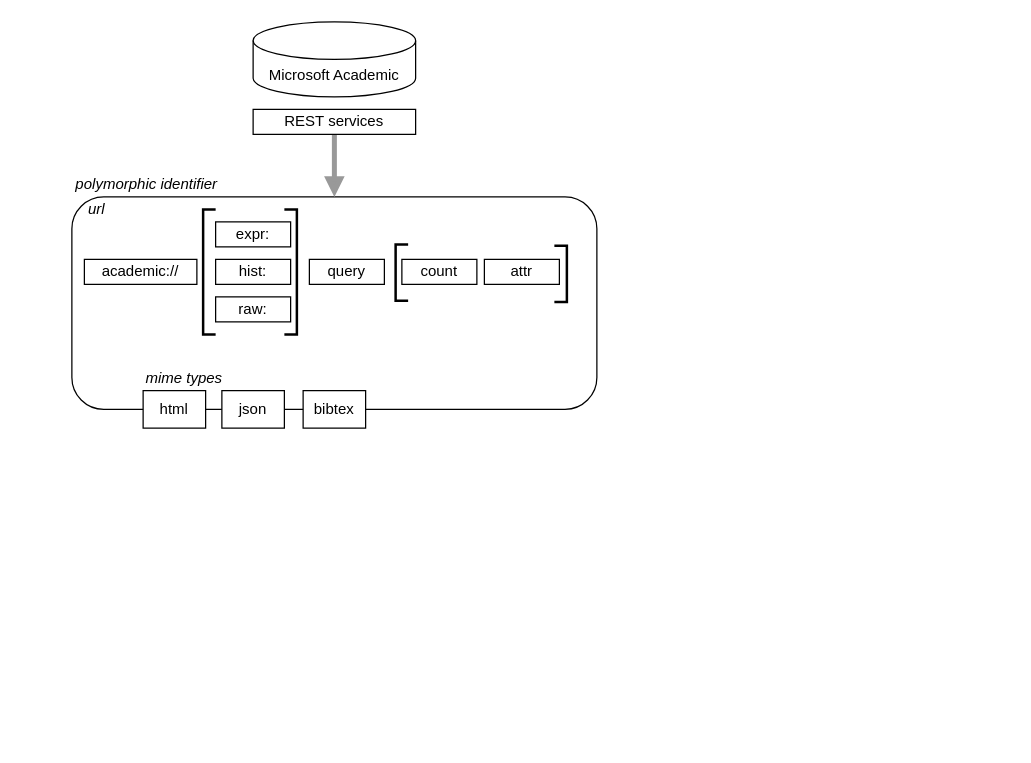
Above: doc/architecture/academic.drawio in LivelyKernel/lively4-core (draw.io), before the change. Source tidied: cells renumbered, new cells numbered last; positions are measured from the earlier drawing's top-left corner, leaving out a move shared by most shapes. Both pictures are drawn from the tidied source at 125%, with x=0, y=0 at pixel (21, 21). Pictures stored in the file or linked from it are replaced by grey dashed boxes.
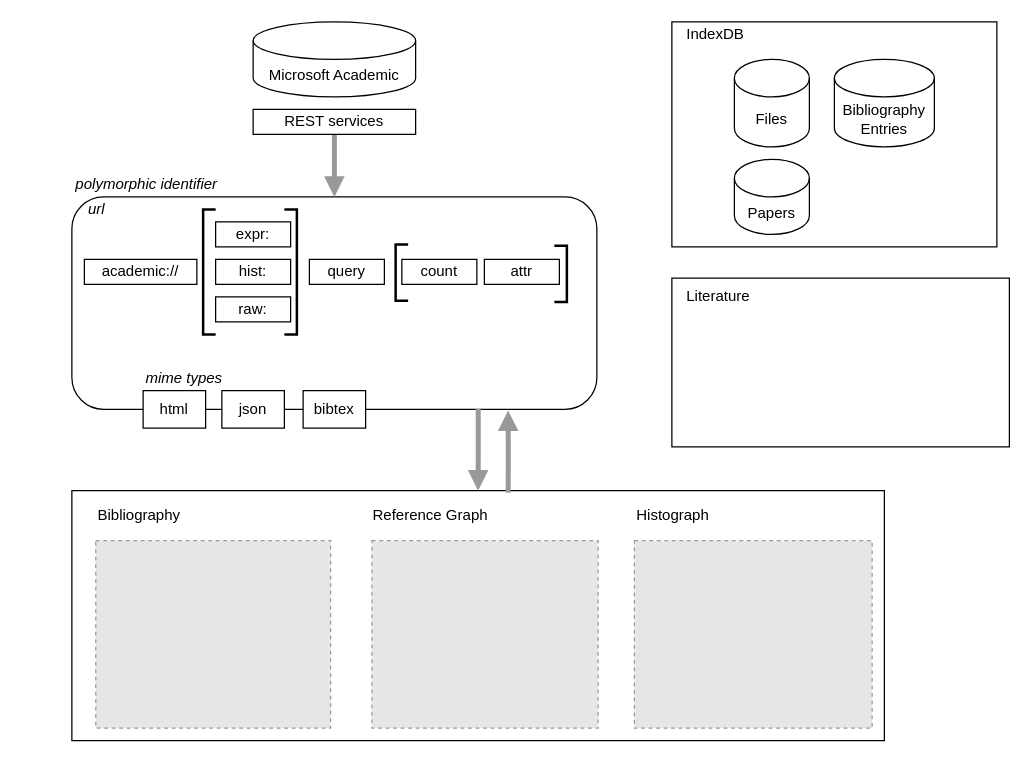
After the change.

Unchanged cells that the change refers to:
```xml
<mxCell id="2" style="rounded=1;whiteSpace=wrap;html=1;" parent="1" vertex="1">
  <mxGeometry x="40" y="140" width="420" height="170" as="geometry" />
</mxCell>
```

The edit, as a diff of the source:
```diff
@@
+    <mxCell id="23" style="rounded=0;whiteSpace=wrap;html=1;" parent="1" vertex="1">
+      <mxGeometry x="520" width="260" height="180" as="geometry" />
+    </mxCell>
+    <mxCell id="24" style="rounded=0;whiteSpace=wrap;html=1;" parent="1" vertex="1">
+      <mxGeometry x="40" y="375" width="650" height="200" as="geometry" />
+    </mxCell>
@@
+    <mxCell id="25" style="fillColor=#E6E6E6;strokeColor=#999999;dashed=1;verticalLabelPosition=bottom;labelBackgroundColor=#ffffff;verticalAlign=top;" parent="1" vertex="1">
+      <mxGeometry x="59.1" y="415" width="187.9" height="150" as="geometry" />
+    </mxCell>
+    <mxCell id="26" style="fillColor=#E6E6E6;strokeColor=#999999;dashed=1;verticalLabelPosition=bottom;labelBackgroundColor=#ffffff;verticalAlign=top;" parent="1" vertex="1">
+      <mxGeometry x="280" y="415" width="181" height="150" as="geometry" />
+    </mxCell>
+    <mxCell id="27" style="fillColor=#E6E6E6;strokeColor=#999999;dashed=1;verticalLabelPosition=bottom;labelBackgroundColor=#ffffff;verticalAlign=top;" parent="1" vertex="1">
+      <mxGeometry x="490" y="415" width="190.2" height="150" as="geometry" />
+    </mxCell>
+    <mxCell id="28" value="Bibliography" style="text;html=1;strokeColor=none;fillColor=none;align=left;verticalAlign=middle;whiteSpace=wrap;rounded=0;" parent="1" vertex="1">
+      <mxGeometry x="59.1" y="385" width="111" height="20" as="geometry" />
+    </mxCell>
+    <mxCell id="29" value="Reference Graph" style="text;html=1;strokeColor=none;fillColor=none;align=left;verticalAlign=middle;whiteSpace=wrap;rounded=0;" parent="1" vertex="1">
+      <mxGeometry x="279.1" y="385" width="111" height="20" as="geometry" />
+    </mxCell>
+    <mxCell id="30" value="Histograph" style="text;html=1;strokeColor=none;fillColor=none;align=left;verticalAlign=middle;whiteSpace=wrap;rounded=0;" parent="1" vertex="1">
+      <mxGeometry x="490" y="385" width="111" height="20" as="geometry" />
+    </mxCell>
+    <mxCell id="31" style="edgeStyle=orthogonalEdgeStyle;rounded=0;jettySize=auto;html=1;exitX=0.774;exitY=0.998;exitDx=0;exitDy=0;endArrow=block;endFill=1;strokeWidth=4;strokeColor=#999999;entryX=0.5;entryY=0;entryDx=0;entryDy=0;exitPerimeter=0;" parent="1" edge="1" source="2" target="24">
+      <mxGeometry relative="1" as="geometry" />
+    </mxCell>
+    <mxCell id="32" style="edgeStyle=orthogonalEdgeStyle;rounded=0;jettySize=auto;html=1;exitX=0.537;exitY=0.008;exitDx=0;exitDy=0;endArrow=block;endFill=1;strokeWidth=4;strokeColor=#999999;entryX=0.831;entryY=1.005;entryDx=0;entryDy=0;exitPerimeter=0;entryPerimeter=0;" parent="1" edge="1" source="24" target="2">
+      <mxGeometry relative="1" as="geometry" />
+    </mxCell>
+    <mxCell id="33" value="Papers" style="shape=cylinder3;whiteSpace=wrap;html=1;boundedLbl=1;backgroundOutline=1;size=15;" parent="1" vertex="1">
+      <mxGeometry x="570" y="110" width="60" height="60" as="geometry" />
+    </mxCell>
+    <mxCell id="34" value="Files" style="shape=cylinder3;whiteSpace=wrap;html=1;boundedLbl=1;backgroundOutline=1;size=15;" parent="1" vertex="1">
+      <mxGeometry x="570" y="30" width="60" height="70" as="geometry" />
+    </mxCell>
+    <mxCell id="35" value="Bibliography Entries" style="shape=cylinder3;whiteSpace=wrap;html=1;boundedLbl=1;backgroundOutline=1;size=15;" parent="1" vertex="1">
+      <mxGeometry x="650" y="30" width="80" height="70" as="geometry" />
+    </mxCell>
+    <mxCell id="36" value="IndexDB" style="text;html=1;strokeColor=none;fillColor=none;align=left;verticalAlign=middle;whiteSpace=wrap;rounded=0;" parent="1" vertex="1">
+      <mxGeometry x="529.6" width="111" height="20" as="geometry" />
+    </mxCell>
+    <mxCell id="37" style="rounded=0;whiteSpace=wrap;html=1;" parent="1" vertex="1">
+      <mxGeometry x="520" y="205" width="270" height="135" as="geometry" />
+    </mxCell>
+    <mxCell id="38" value="Literature" style="text;html=1;strokeColor=none;fillColor=none;align=left;verticalAlign=middle;whiteSpace=wrap;rounded=0;" parent="1" vertex="1">
+      <mxGeometry x="529.6" y="210" width="111" height="20" as="geometry" />
+    </mxCell>
```
